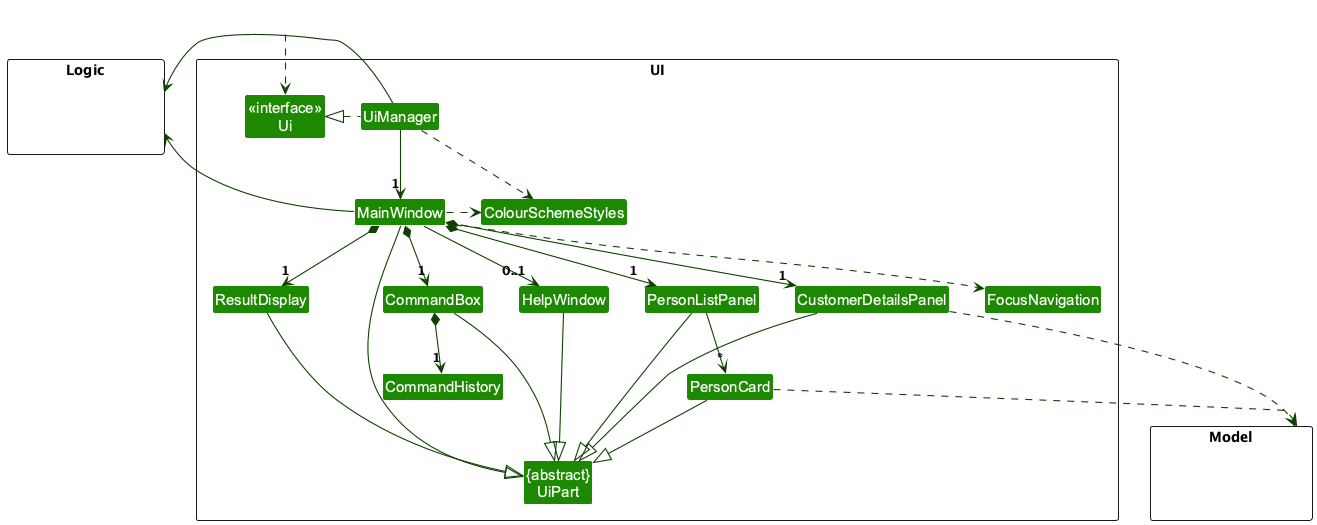
This is docs/images/UiClassDiagram.png from AY2627S1-CS2103T-W09-4/tp, a PlantUML export, as it was before one commit.
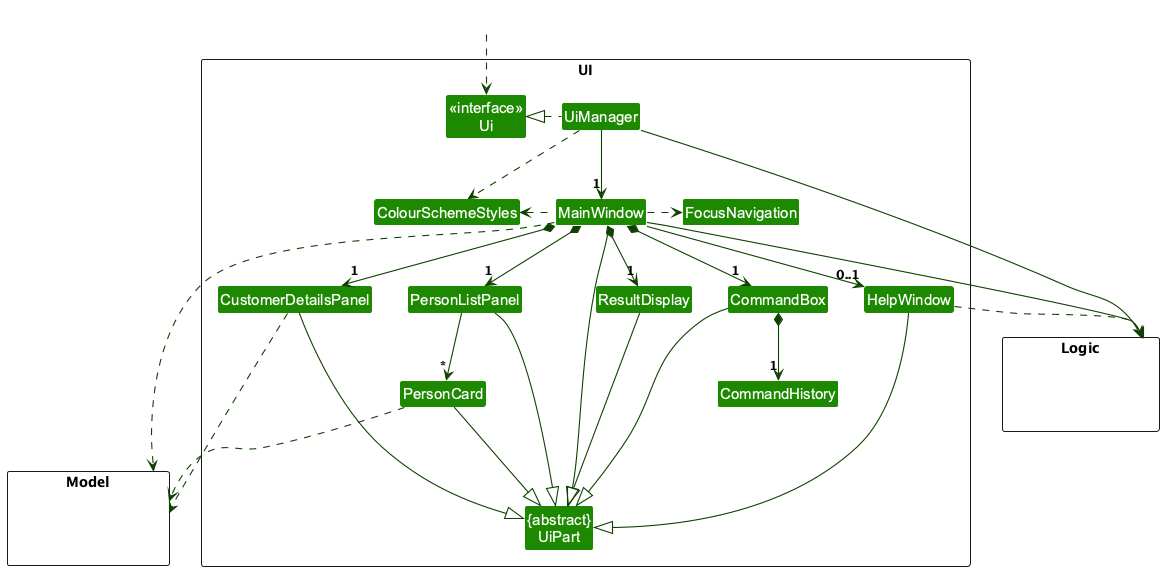
After the change.

Commit message:
Fix UI class diagram dependencies and layout

Let's,
* add the HelpWindow to Logic and MainWindow to Model dependencies
* move Logic to the right so the incoming arrow to Ui stands alone

The edit, as a diff of the source:
```diff
@@ -38,8 +38,8 @@
 MainWindow *-down-> "1" PersonListPanel
 MainWindow *-down-> "1" CustomerDetailsPanel
 MainWindow --> "0..1" HelpWindow
-MainWindow .down.> FocusNavigation
-MainWindow .right.> ColourSchemeStyles
+MainWindow .right.> FocusNavigation
+MainWindow .left.> ColourSchemeStyles
 UiManager .down.> ColourSchemeStyles
 
 PersonListPanel -down-> "*" PersonCard
@@ -56,8 +56,10 @@
 
 PersonCard ..> Model
 CustomerDetailsPanel ..> Model
+MainWindow ..> Model
 UiManager -right-> Logic
-MainWindow -left-> Logic
+MainWindow -right-> Logic
+HelpWindow ..> Logic
 
 PersonListPanel -[hidden]left- HelpWindow
 HelpWindow -[hidden]left- CommandBox
```
